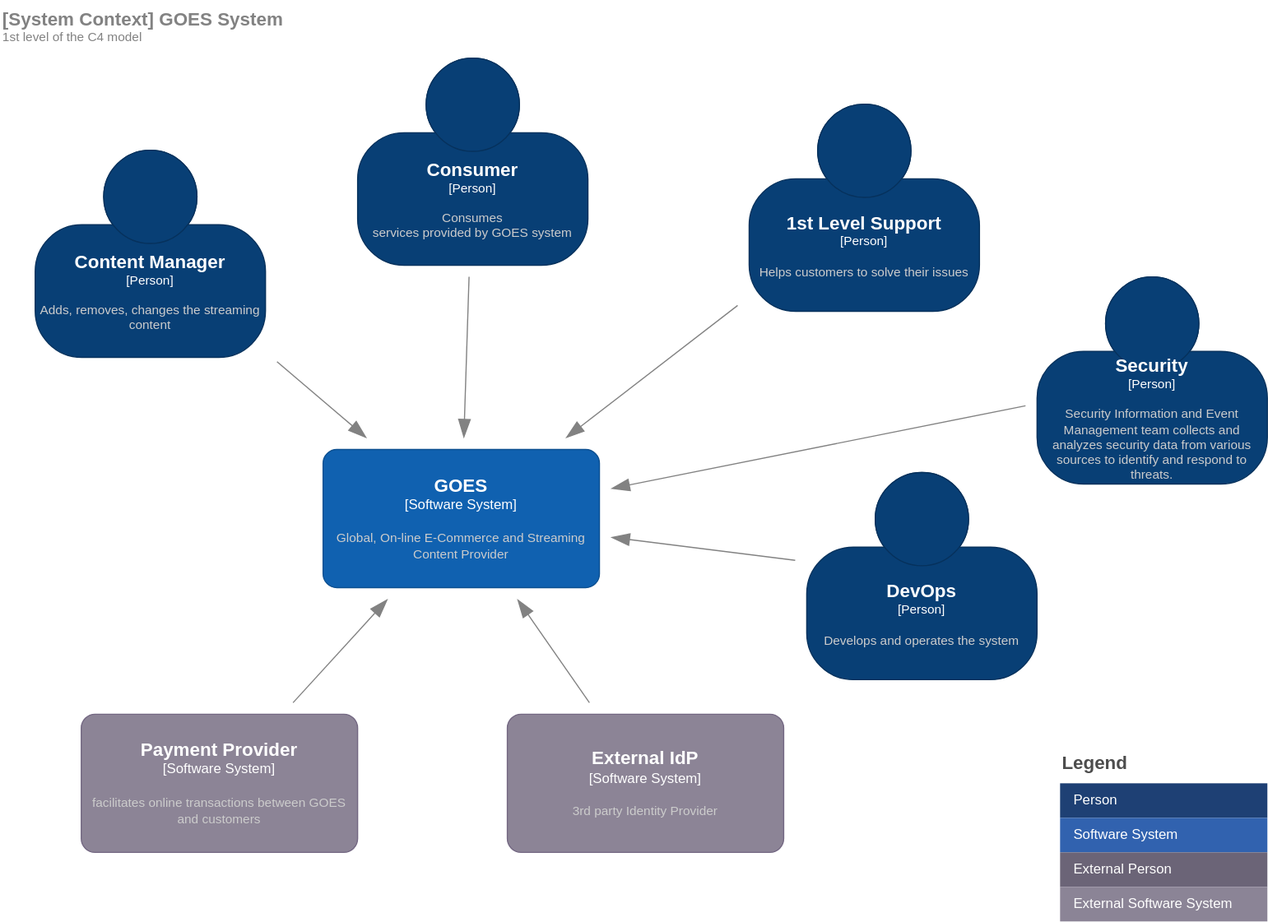
wschaef/goes-architecture keeps this draw.io diagram as img/Context.drawio.svg. Above is the earlier version. Source tidied: cells renumbered, new cells last; positions are measured from the earlier drawing's top-left corner, leaving out a move shared by most shapes.
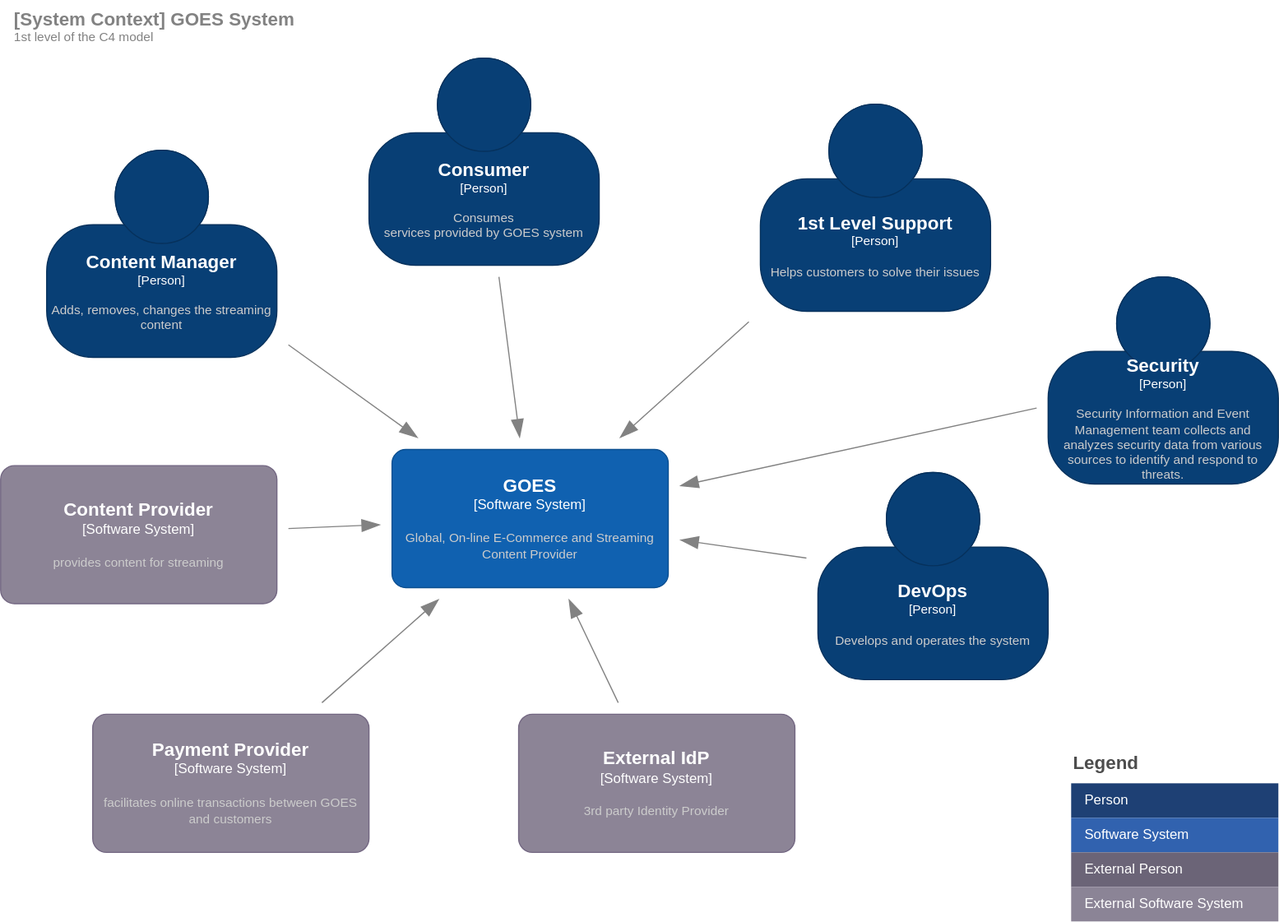
After the commit.

Commit message:
feat: add content provider to context diagram

Diff of the diagram source:
```diff
@@ -4,7 +4,7 @@
     <mxCell id="1" parent="0" />
     <object id="2" label="&lt;font style=&quot;font-size: 16px&quot;&gt;&lt;b&gt;%c4Name%&lt;/b&gt;&lt;/font&gt;&lt;div&gt;[%c4Type%]&lt;/div&gt;&lt;br&gt;&lt;div&gt;&lt;font style=&quot;font-size: 11px&quot;&gt;&lt;font color=&quot;#cccccc&quot;&gt;%c4Description%&lt;/font&gt;&lt;/div&gt;" c4Description="Global, On-line E-Commerce and Streaming Content Provider" c4Name="GOES" c4Type="Software System" placeholders="1">
       <mxCell style="rounded=1;whiteSpace=wrap;html=1;labelBackgroundColor=none;fillColor=#1061B0;fontColor=#ffffff;align=center;arcSize=10;strokeColor=#0D5091;points=[[0.25,0,0],[0.5,0,0],[0.75,0,0],[1,0.25,0],[1,0.5,0],[1,0.75,0],[0.75,1,0],[0.5,1,0],[0.25,1,0],[0,0.75,0],[0,0.5,0],[0,0.25,0]];" parent="1" vertex="1">
-        <mxGeometry x="280" y="390" width="240" height="120" as="geometry" />
+        <mxGeometry x="330" y="390" width="240" height="120" as="geometry" />
       </mxCell>
     </object>
     <mxCell id="3" style="edgeStyle=none;shape=connector;rounded=0;jumpStyle=arc;jumpSize=16;html=1;labelBackgroundColor=default;strokeColor=#828282;strokeWidth=1;fontFamily=Helvetica;fontSize=10;fontColor=#404040;endArrow=blockThin;endFill=1;startSize=14;endSize=14;sourcePerimeterSpacing=10;targetPerimeterSpacing=10;fillColor=#bac8d3;elbow=vertical;" parent="1" edge="1" source="4" target="2">
@@ -88,5 +88,13 @@
     <mxCell id="23" value="External Software System" style="shape=partialRectangle;html=1;whiteSpace=wrap;fillColor=#8B8496;top=0;left=0;bottom=0;right=0;overflow=hidden;align=left;spacingLeft=10;fontColor=#FFFFFF;" parent="19" vertex="1">
       <mxGeometry y="90" width="180" height="30" as="geometry" />
     </mxCell>
+    <object id="24" label="&lt;font style=&quot;font-size: 16px&quot;&gt;&lt;b&gt;%c4Name%&lt;/b&gt;&lt;/font&gt;&lt;div&gt;[%c4Type%]&lt;/div&gt;&lt;br&gt;&lt;div&gt;&lt;font style=&quot;font-size: 11px&quot;&gt;&lt;font color=&quot;#cccccc&quot;&gt;%c4Description%&lt;/font&gt;&lt;/div&gt;" c4Description="provides content for streaming" c4Name="Content Provider" c4Type="Software System" placeholders="1">
+      <mxCell style="rounded=1;whiteSpace=wrap;html=1;labelBackgroundColor=none;fillColor=#8C8496;fontColor=#ffffff;align=center;arcSize=10;strokeColor=#736782;points=[[0.25,0,0],[0.5,0,0],[0.75,0,0],[1,0.25,0],[1,0.5,0],[1,0.75,0],[0.75,1,0],[0.5,1,0],[0.25,1,0],[0,0.75,0],[0,0.5,0],[0,0.25,0]];" parent="1" vertex="1">
+        <mxGeometry x="-10" y="404" width="240" height="120" as="geometry" />
+      </mxCell>
+    </object>
+    <mxCell id="25" style="edgeStyle=none;shape=connector;rounded=0;jumpStyle=arc;jumpSize=16;html=1;labelBackgroundColor=default;strokeColor=#828282;strokeWidth=1;fontFamily=Helvetica;fontSize=10;fontColor=#404040;endArrow=blockThin;endFill=1;startSize=14;endSize=14;sourcePerimeterSpacing=10;targetPerimeterSpacing=10;fillColor=#bac8d3;elbow=vertical;" parent="1" edge="1" source="24" target="2">
+      <mxGeometry relative="1" as="geometry" />
+    </mxCell>
   </root>
 </mxGraphModel>
```
